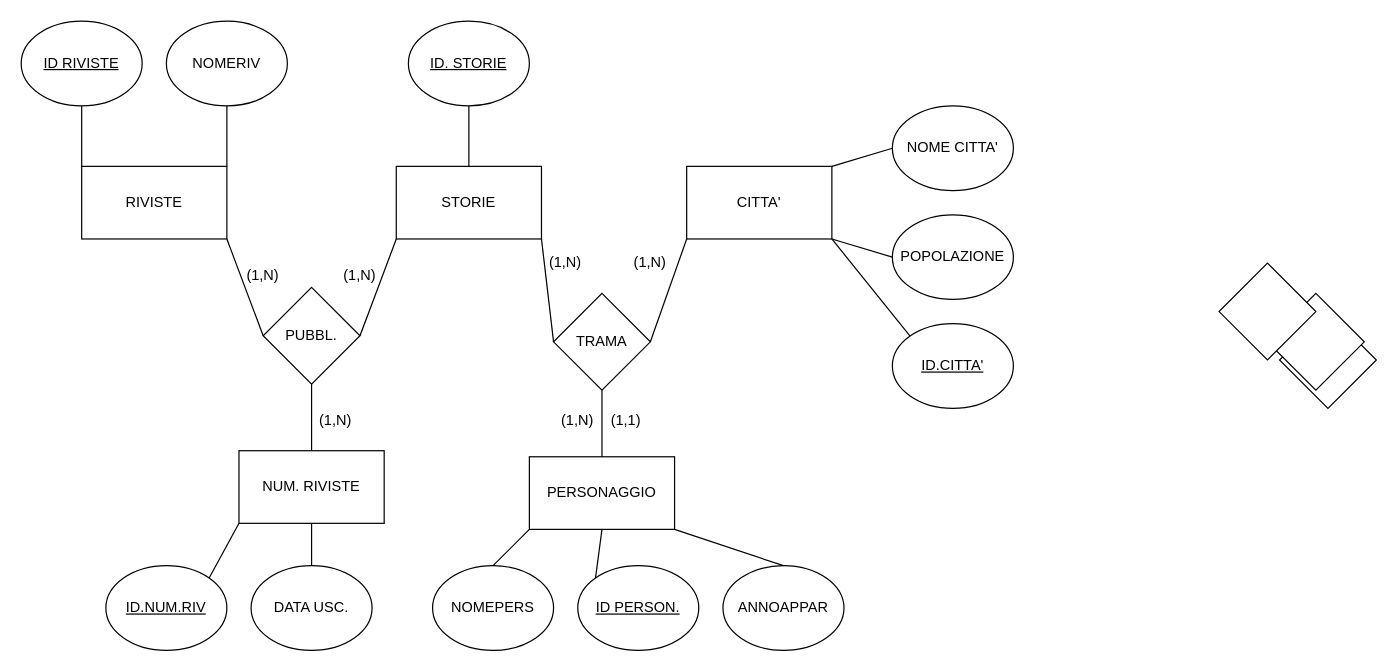
Above: esame2.drawio in LilAnciel/Project (draw.io), before the change. Source tidied: cells renumbered, new cells numbered last; positions are measured from the earlier drawing's top-left corner, leaving out a move shared by most shapes. Both pictures are drawn from the tidied source at 121%, with x=0, y=0 at pixel (21, 21).
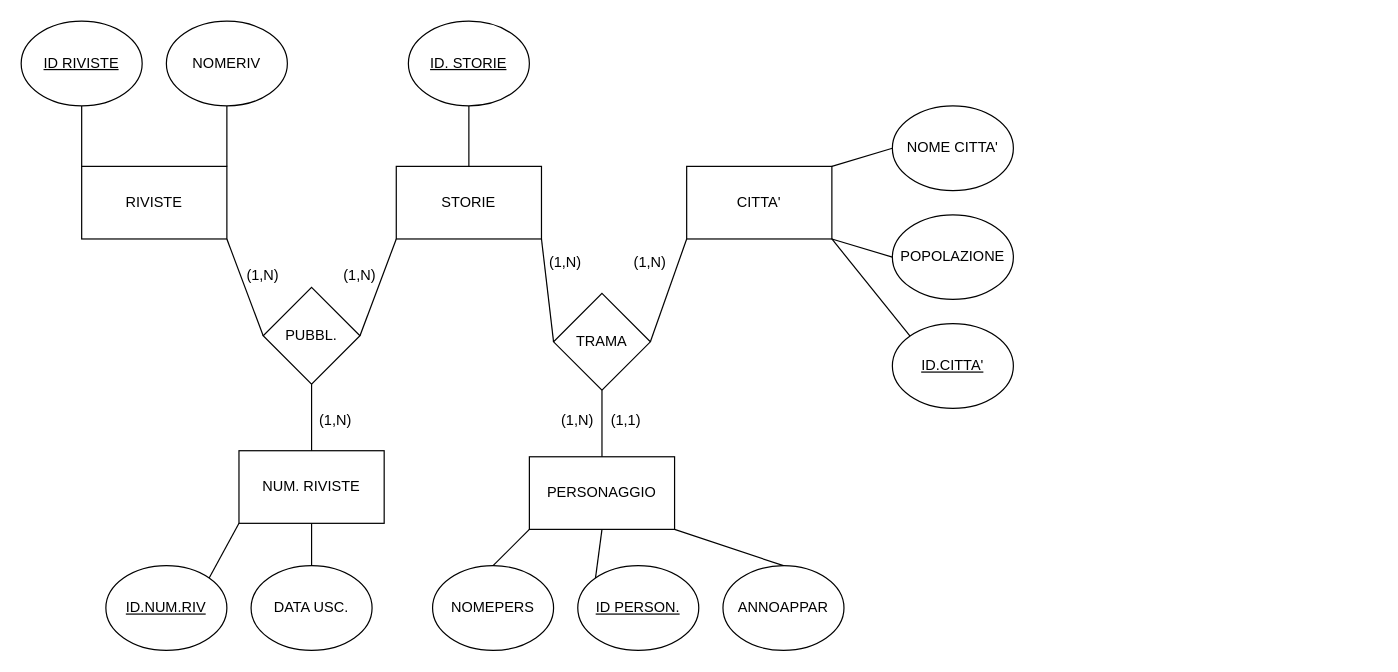
Above is the later version.

Diff of the diagram source:
```diff
@@
-    <mxCell id="15" style="rhombus;whiteSpace=wrap;html=1;" parent="1" vertex="1">
-      <mxGeometry x="1040" y="240" width="80" height="80" as="geometry" />
-    </mxCell>
-    <mxCell id="16" style="rhombus;whiteSpace=wrap;html=1;" parent="1" vertex="1">
-      <mxGeometry x="1030" y="225" width="80" height="80" as="geometry" />
-    </mxCell>
-    <mxCell id="17" style="rhombus;whiteSpace=wrap;html=1;" parent="1" vertex="1">
-      <mxGeometry x="990" y="200" width="80" height="80" as="geometry" />
-    </mxCell>
```
